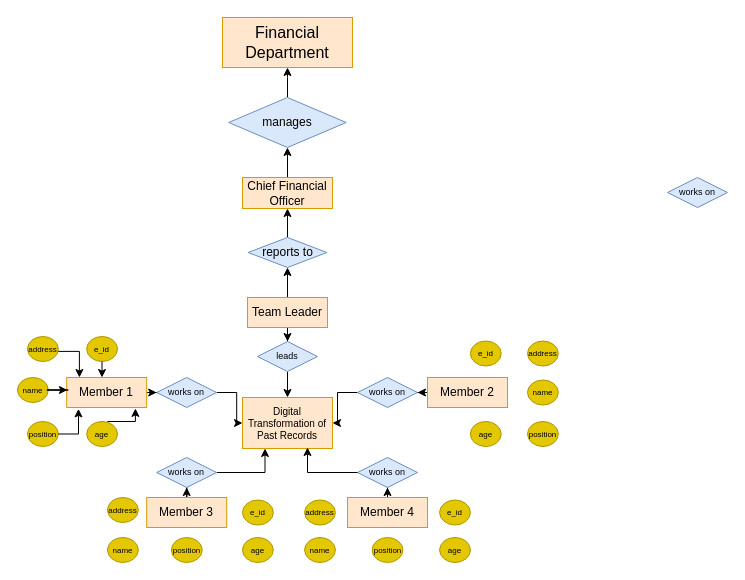
Before: lsdp_l1.drawio in SyedSiddiqShakir/msc_iot_academic, a draw.io diagram. Source tidied: cells renumbered, new cells numbered last; positions are measured from the earlier drawing's top-left corner, leaving out a move shared by most shapes. Both pictures are drawn from the tidied source at 100%, with x=0, y=0 at pixel (17, 17).
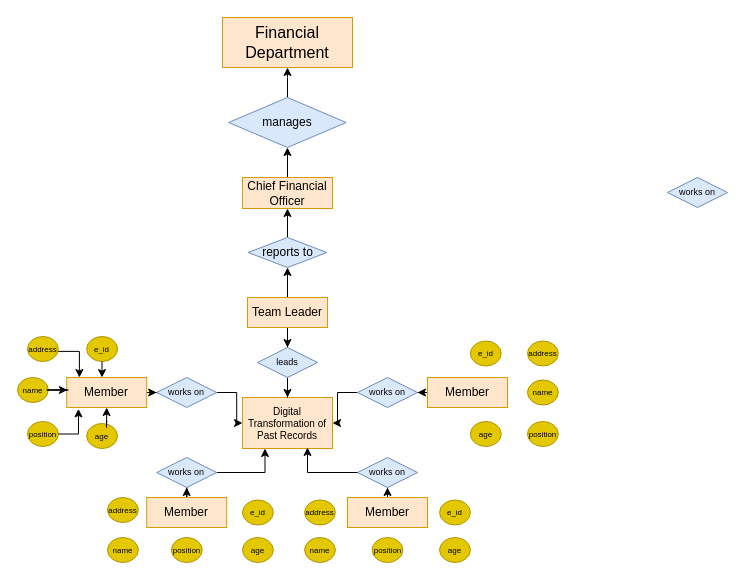
After the change.

What changed in the source:
```diff
@@
-    <mxCell id="9" value="Member 4" style="rounded=0;whiteSpace=wrap;html=1;fillColor=#ffe6cc;strokeColor=#d79b00;" parent="1" vertex="1">
+    <mxCell id="9" value="Member" style="rounded=0;whiteSpace=wrap;html=1;fillColor=#ffe6cc;strokeColor=#d79b00;" parent="1" vertex="1">
       <mxGeometry x="330" y="480" width="80" height="30" as="geometry" />
     </mxCell>
@@
-    <mxCell id="11" value="Member 3" style="rounded=0;whiteSpace=wrap;html=1;fillColor=#ffe6cc;strokeColor=#d79b00;" parent="1" vertex="1">
+    <mxCell id="11" value="Member" style="rounded=0;whiteSpace=wrap;html=1;fillColor=#ffe6cc;strokeColor=#d79b00;" parent="1" vertex="1">
       <mxGeometry x="129.2" y="480" width="80" height="30" as="geometry" />
     </mxCell>
@@
-    <mxCell id="13" value="Member 1" style="rounded=0;whiteSpace=wrap;html=1;fillColor=#ffe6cc;strokeColor=#d79b00;" parent="1" vertex="1">
+    <mxCell id="13" value="Member" style="rounded=0;whiteSpace=wrap;html=1;fillColor=#ffe6cc;strokeColor=#d79b00;" parent="1" vertex="1">
       <mxGeometry x="49.2" y="360" width="80" height="30" as="geometry" />
     </mxCell>
@@
-    <mxCell id="15" value="Member 2" style="rounded=0;whiteSpace=wrap;html=1;fillColor=#ffe6cc;strokeColor=#d79b00;" parent="1" vertex="1">
+    <mxCell id="15" value="Member" style="rounded=0;whiteSpace=wrap;html=1;fillColor=#ffe6cc;strokeColor=#d79b00;" parent="1" vertex="1">
       <mxGeometry x="410" y="360" width="80" height="30" as="geometry" />
     </mxCell>
@@
     <mxCell id="31" value="leads" style="rhombus;whiteSpace=wrap;html=1;fillColor=#dae8fc;strokeColor=#6c8ebf;fontSize=9;" parent="1" vertex="1">
-      <mxGeometry x="240" y="324" width="60" height="30" as="geometry" />
+      <mxGeometry x="240" y="330" width="60" height="30" as="geometry" />
     </mxCell>
     <mxCell id="32" value="age" style="ellipse;whiteSpace=wrap;html=1;fillColor=#e3c800;strokeColor=#B09500;fontColor=#000000;fontSize=8;" parent="1" vertex="1">
-      <mxGeometry x="69.2" y="404" width="30.8" height="25" as="geometry" />
+      <mxGeometry x="69.2" y="406" width="30.8" height="25" as="geometry" />
     </mxCell>
@@
-    <mxCell id="56" style="edgeStyle=orthogonalEdgeStyle;rounded=0;jettySize=auto;html=1;entryX=0.859;entryY=1.031;entryDx=0;entryDy=0;entryPerimeter=0;" parent="1" edge="1" target="13">
+    <mxCell id="56" style="edgeStyle=orthogonalEdgeStyle;rounded=0;jettySize=auto;html=1;entryX=0.5;entryY=1;entryDx=0;entryDy=0;" parent="1" edge="1" target="13">
       <mxGeometry relative="1" as="geometry">
         <mxPoint x="90" y="404" as="sourcePoint" />
+        <Array as="points">
+          <mxPoint x="89" y="404" />
+          <mxPoint x="89" y="410" />
+        </Array>
       </mxGeometry>
     </mxCell>
```
